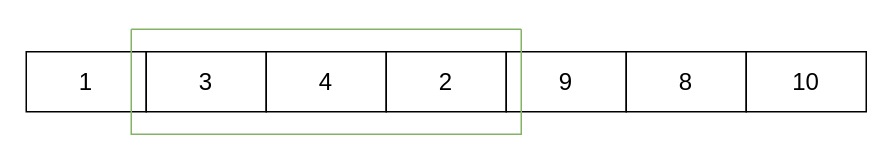
Above: 未命名绘图.drawio in xiazhahe/mine (draw.io), before the change. Source tidied: cells renumbered, new cells numbered last; positions are measured from the earlier drawing's top-left corner, leaving out a move shared by most shapes. Both pictures are drawn from the tidied source at 150%, with x=0, y=0 at pixel (26, 28).
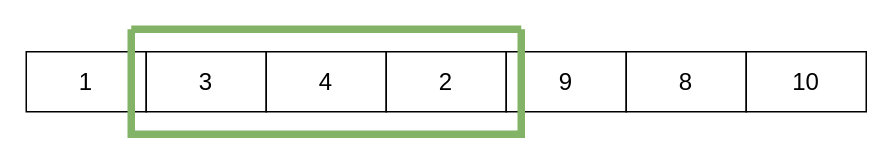
The same diagram, later.

Commit message (it also covers changes not shown here):
更新未命名绘图.drawio

The edit, as a diff of the source:
```diff
@@
 <mxGraphModel>
   <root>
     <mxCell id="0" />
     <mxCell id="1" parent="0" />
     <mxCell id="2" value="&lt;font style=&quot;font-size: 16px&quot;&gt;1&lt;/font&gt;" style="rounded=0;whiteSpace=wrap;html=1;" parent="1" vertex="1">
       <mxGeometry y="15" width="80" height="40" as="geometry" />
     </mxCell>
     <mxCell id="3" value="&lt;font style=&quot;font-size: 16px&quot;&gt;3&lt;/font&gt;" style="rounded=0;whiteSpace=wrap;html=1;" parent="1" vertex="1">
       <mxGeometry x="80" y="15" width="80" height="40" as="geometry" />
     </mxCell>
     <mxCell id="4" value="&lt;font style=&quot;font-size: 16px&quot;&gt;4&lt;/font&gt;" style="rounded=0;whiteSpace=wrap;html=1;" parent="1" vertex="1">
       <mxGeometry x="160" y="15" width="80" height="40" as="geometry" />
     </mxCell>
     <mxCell id="5" value="&lt;font style=&quot;font-size: 16px&quot;&gt;2&lt;/font&gt;" style="rounded=0;whiteSpace=wrap;html=1;" parent="1" vertex="1">
       <mxGeometry x="240" y="15" width="80" height="40" as="geometry" />
     </mxCell>
     <mxCell id="6" value="&lt;font style=&quot;font-size: 16px&quot;&gt;9&lt;/font&gt;" style="rounded=0;whiteSpace=wrap;html=1;" parent="1" vertex="1">
       <mxGeometry x="320" y="15" width="80" height="40" as="geometry" />
     </mxCell>
     <mxCell id="7" value="&lt;font style=&quot;font-size: 16px&quot;&gt;8&lt;/font&gt;" style="rounded=0;whiteSpace=wrap;html=1;" parent="1" vertex="1">
       <mxGeometry x="400" y="15" width="80" height="40" as="geometry" />
     </mxCell>
     <mxCell id="8" value="&lt;font style=&quot;font-size: 16px&quot;&gt;10&lt;/font&gt;" style="rounded=0;whiteSpace=wrap;html=1;" parent="1" vertex="1">
       <mxGeometry x="480" y="15" width="80" height="40" as="geometry" />
     </mxCell>
-    <mxCell id="9" style="swimlane;startSize=0;fontSize=16;strokeColor=#82b366;fillColor=#d5e8d4;gradientColor=#99FFCC;" parent="1" vertex="1">
+    <mxCell id="9" style="swimlane;startSize=0;fontSize=16;strokeColor=#82b366;fillColor=#d5e8d4;gradientColor=#99FFCC;strokeWidth=5;" parent="1" vertex="1">
       <mxGeometry x="70" width="260" height="70" as="geometry" />
     </mxCell>
   </root>
 </mxGraphModel>
```
